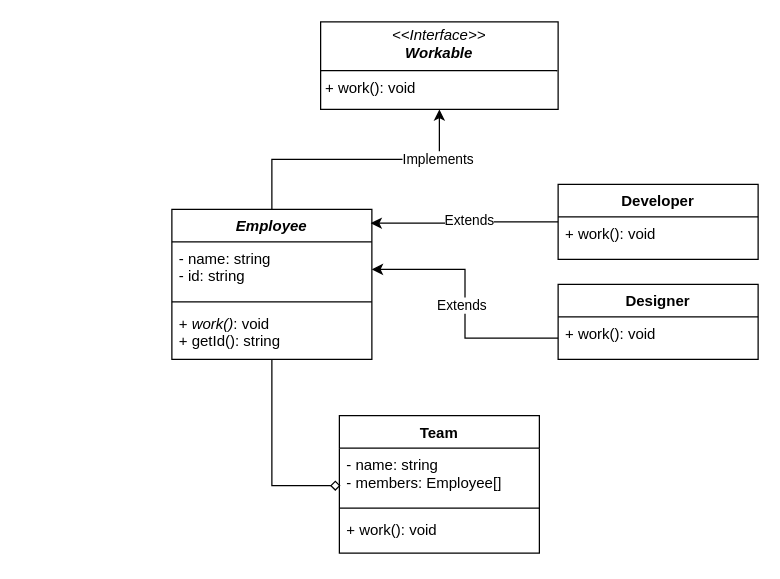
The draw.io diagram Untitled Diagram.drawio in ccbabcn/oop-and-uml-introduction, before the edit. Source tidied: cells renumbered, new cells numbered last; positions are measured from the earlier drawing's top-left corner, leaving out a move shared by most shapes. Both pictures are drawn from the tidied source at 125%, with x=0, y=0 at pixel (171, 21).
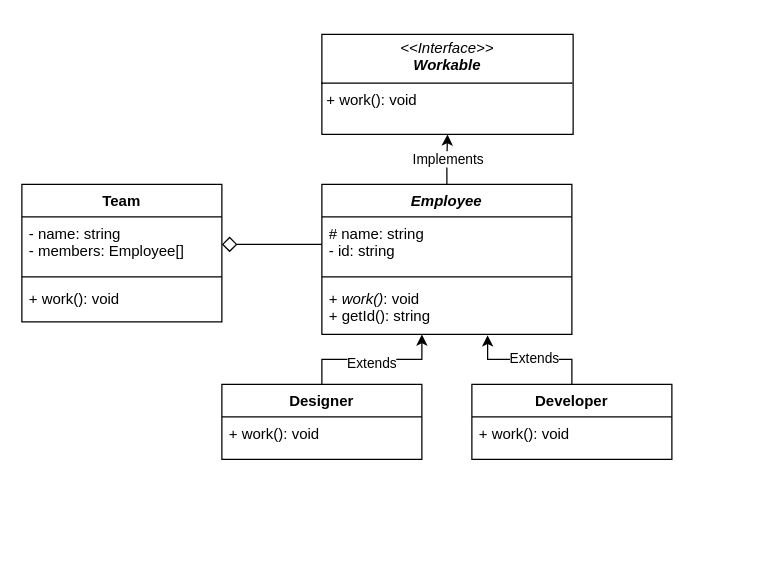
Above is the later version.

The change refers to these unchanged cells:
```xml
<mxCell id="3" style="edgeStyle=orthogonalEdgeStyle;rounded=0;jettySize=auto;html=1;entryX=0.5;entryY=1;entryDx=0;entryDy=0;" parent="1" edge="1" source="5" target="2">
  <mxGeometry relative="1" as="geometry" />
</mxCell>
<mxCell id="14" value="+ work(): void" style="text;strokeColor=none;fillColor=none;align=left;verticalAlign=top;spacingLeft=4;spacingRight=4;overflow=hidden;points=[[0,0.5],[1,0.5]];portConstraint=eastwest;whiteSpace=wrap;html=1;" parent="13" vertex="1">
  <mxGeometry y="26" width="160" height="34" as="geometry" />
</mxCell>
<mxCell id="18" value="- name: string&lt;div&gt;- members: Employee[]&lt;/div&gt;" style="text;strokeColor=none;fillColor=none;align=left;verticalAlign=top;spacingLeft=4;spacingRight=4;overflow=hidden;points=[[0,0.5],[1,0.5]];portConstraint=eastwest;whiteSpace=wrap;html=1;" parent="17" vertex="1">
  <mxGeometry y="26" width="160" height="44" as="geometry" />
</mxCell>
```

The edit, as a diff of the source:
```diff
@@
     <mxCell id="2" value="&lt;p style=&quot;margin:0px;margin-top:4px;text-align:center;&quot;&gt;&lt;i&gt;&amp;lt;&amp;lt;Interface&amp;gt;&amp;gt;&lt;/i&gt;&lt;br&gt;&lt;b&gt;&lt;i&gt;Workable&lt;/i&gt;&lt;/b&gt;&lt;/p&gt;&lt;hr size=&quot;1&quot; style=&quot;border-style:solid;&quot;&gt;&lt;p style=&quot;margin:0px;margin-left:4px;&quot;&gt;&lt;span style=&quot;background-color: initial;&quot;&gt;+ work(): void&lt;/span&gt;&lt;br&gt;&lt;/p&gt;" style="verticalAlign=top;align=left;overflow=fill;html=1;whiteSpace=wrap;" parent="1" vertex="1">
-      <mxGeometry x="119" width="190" height="70" as="geometry" />
+      <mxGeometry x="120" y="10" width="201" height="80" as="geometry" />
     </mxCell>
@@
     <mxCell id="4" value="Implements" style="edgeLabel;html=1;align=center;verticalAlign=middle;" parent="3" vertex="1">
-      <mxGeometry x="0.61" y="1" relative="1" as="geometry" />
+      <mxGeometry x="0.61" y="1" relative="1" as="geometry">
+        <mxPoint x="1" y="12" as="offset" />
+      </mxGeometry>
     </mxCell>
     <mxCell id="5" value="&lt;i&gt;Employee&lt;/i&gt;" style="swimlane;fontStyle=1;align=center;verticalAlign=top;horizontal=1;startSize=26;whiteSpace=wrap;html=1;" parent="1" vertex="1">
-      <mxGeometry y="150" width="160" height="120" as="geometry" />
+      <mxGeometry x="120" y="130" width="200" height="120" as="geometry" />
     </mxCell>
-    <mxCell id="6" value="- name: string&lt;div&gt;- id: string&lt;/div&gt;" style="text;strokeColor=none;fillColor=none;align=left;verticalAlign=top;spacingLeft=4;spacingRight=4;overflow=hidden;points=[[0,0.5],[1,0.5]];portConstraint=eastwest;whiteSpace=wrap;html=1;" parent="5" vertex="1">
-      <mxGeometry y="26" width="160" height="44" as="geometry" />
+    <mxCell id="6" value="# name: string&lt;div&gt;- id: string&lt;/div&gt;" style="text;strokeColor=none;fillColor=none;align=left;verticalAlign=top;spacingLeft=4;spacingRight=4;overflow=hidden;points=[[0,0.5],[1,0.5]];portConstraint=eastwest;whiteSpace=wrap;html=1;" parent="5" vertex="1">
+      <mxGeometry y="26" width="200" height="44" as="geometry" />
     </mxCell>
     <mxCell id="7" style="line;strokeWidth=1;fillColor=none;align=left;verticalAlign=middle;spacingTop=-1;spacingLeft=3;spacingRight=3;labelPosition=right;strokeColor=inherit;" parent="5" vertex="1">
-      <mxGeometry y="70" width="160" height="8" as="geometry" />
+      <mxGeometry y="70" width="200" height="8" as="geometry" />
     </mxCell>
     <mxCell id="8" value="+ &lt;i&gt;work()&lt;/i&gt;: void&lt;div&gt;+ getId(): string&lt;/div&gt;" style="text;strokeColor=none;fillColor=none;align=left;verticalAlign=top;spacingLeft=4;spacingRight=4;overflow=hidden;points=[[0,0.5],[1,0.5]];portConstraint=eastwest;whiteSpace=wrap;html=1;" parent="5" vertex="1">
-      <mxGeometry y="78" width="160" height="42" as="geometry" />
+      <mxGeometry y="78" width="200" height="42" as="geometry" />
     </mxCell>
     <mxCell id="9" value="Developer" style="swimlane;fontStyle=1;align=center;verticalAlign=top;horizontal=1;startSize=26;whiteSpace=wrap;html=1;" parent="1" vertex="1">
-      <mxGeometry x="309" y="130" width="160" height="60" as="geometry" />
+      <mxGeometry x="240" y="290" width="160" height="60" as="geometry" />
     </mxCell>
@@
-    <mxCell id="11" style="edgeStyle=orthogonalEdgeStyle;rounded=0;jettySize=auto;html=1;entryX=0.994;entryY=0.092;entryDx=0;entryDy=0;entryPerimeter=0;" parent="1" edge="1" source="9" target="5">
+    <mxCell id="11" style="edgeStyle=orthogonalEdgeStyle;rounded=0;jettySize=auto;html=1;entryX=0.663;entryY=1.018;entryDx=0;entryDy=0;entryPerimeter=0;" parent="1" edge="1" source="9" target="8">
       <mxGeometry relative="1" as="geometry" />
     </mxCell>
@@
     <mxCell id="13" value="Designer" style="swimlane;fontStyle=1;align=center;verticalAlign=top;horizontal=1;startSize=26;whiteSpace=wrap;html=1;" parent="1" vertex="1">
-      <mxGeometry x="309" y="210" width="160" height="60" as="geometry" />
+      <mxGeometry x="40" y="290" width="160" height="60" as="geometry" />
     </mxCell>
@@
-    <mxCell id="15" style="edgeStyle=orthogonalEdgeStyle;rounded=0;jettySize=auto;html=1;entryX=1;entryY=0.5;entryDx=0;entryDy=0;" parent="1" edge="1" source="14" target="6">
-      <mxGeometry relative="1" as="geometry" />
-    </mxCell>
-    <mxCell id="16" value="Extends" style="edgeLabel;html=1;align=center;verticalAlign=middle;" parent="15" vertex="1">
-      <mxGeometry y="4" relative="1" as="geometry">
-        <mxPoint x="1" y="1" as="offset" />
-      </mxGeometry>
-    </mxCell>
     <mxCell id="17" value="Team" style="swimlane;fontStyle=1;align=center;verticalAlign=top;horizontal=1;startSize=26;whiteSpace=wrap;html=1;" parent="1" vertex="1">
-      <mxGeometry x="134" y="315" width="160" height="110" as="geometry" />
+      <mxGeometry x="-120" y="130" width="160" height="110" as="geometry" />
     </mxCell>
@@
-    <mxCell id="21" style="edgeStyle=orthogonalEdgeStyle;rounded=0;jettySize=auto;html=1;entryX=0.006;entryY=0.682;entryDx=0;entryDy=0;entryPerimeter=0;endArrow=diamond;endFill=0;" parent="1" edge="1" source="5" target="18">
-      <mxGeometry relative="1" as="geometry" />
-    </mxCell>
+    <mxCell id="22" style="edgeStyle=orthogonalEdgeStyle;rounded=0;jettySize=auto;html=1;entryX=0.4;entryY=1;entryDx=0;entryDy=0;entryPerimeter=0;" parent="1" edge="1" source="13" target="8">
+      <mxGeometry relative="1" as="geometry" />
+    </mxCell>
+    <mxCell id="16" value="Extends" style="edgeLabel;html=1;align=center;verticalAlign=middle;" parent="22" vertex="1">
+      <mxGeometry x="-0.02" y="-2" relative="1" as="geometry" />
+    </mxCell>
+    <mxCell id="23" style="edgeStyle=orthogonalEdgeStyle;rounded=0;jettySize=auto;html=1;exitX=0;exitY=0.5;exitDx=0;exitDy=0;entryX=1;entryY=0.5;entryDx=0;entryDy=0;endArrow=diamond;endFill=0;strokeWidth=1;endSize=10;" parent="1" edge="1" source="6" target="18">
+      <mxGeometry relative="1" as="geometry" />
+    </mxCell>
```
